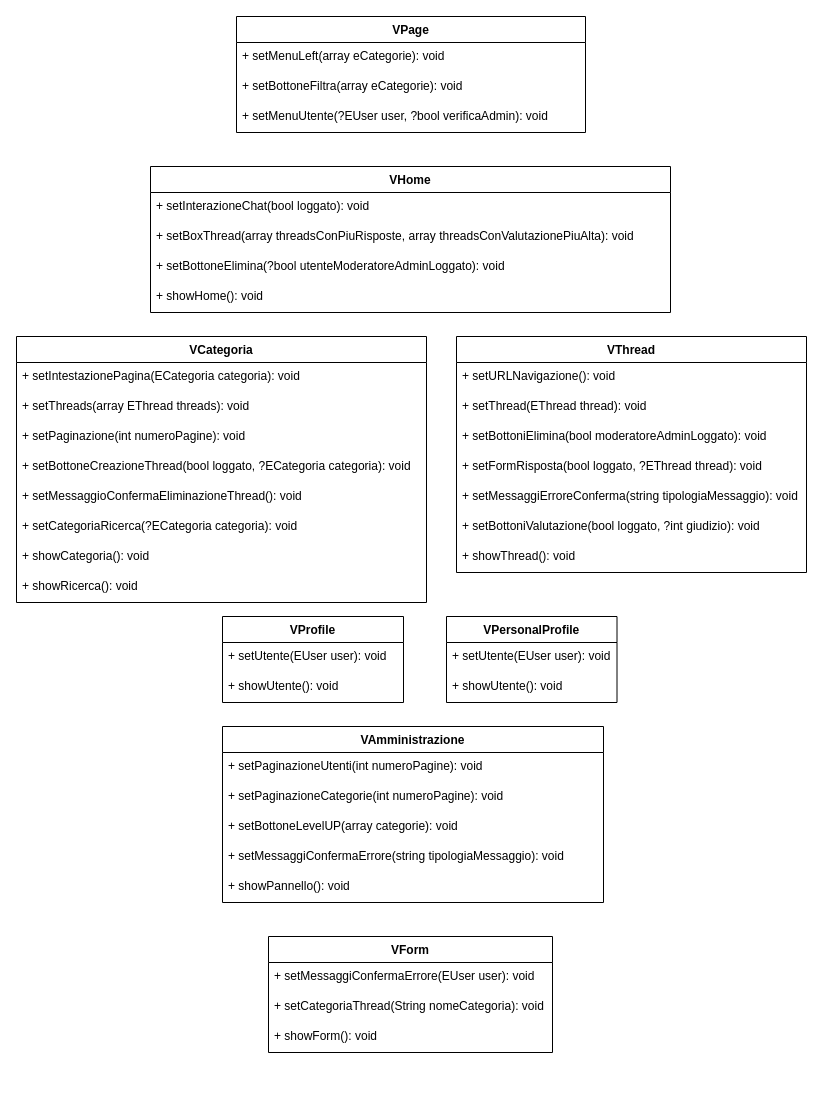
The draw.io diagram Diagrammi/UMLView.drawio in EdoPan/UniChat, before the edit. Source tidied: cells renumbered, new cells numbered last; positions are measured from the earlier drawing's top-left corner, leaving out a move shared by most shapes. Both pictures are drawn from the tidied source at 100%, with x=0, y=0 at pixel (16, 16).
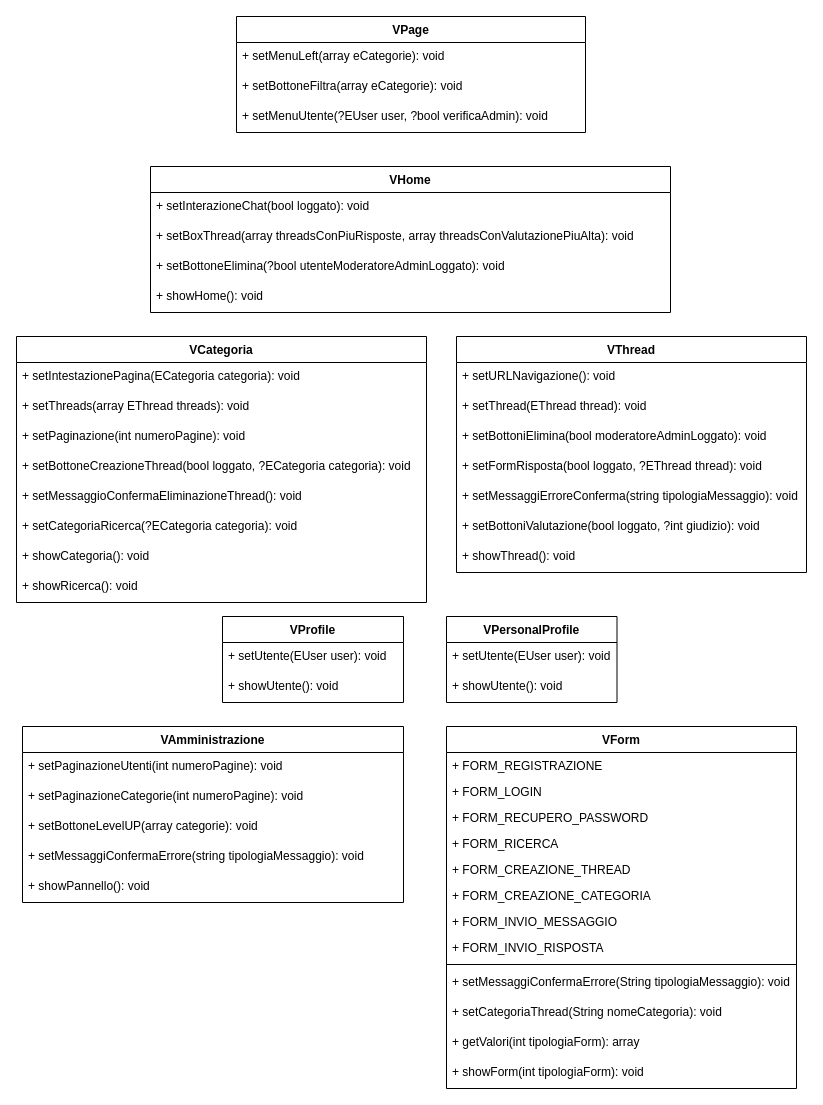
After the change.

Commit message:
UML view aggiornato

Change to the diagram source:
```diff
@@
-    <mxCell id="28" value="VForm" style="swimlane;fontStyle=1;align=center;verticalAlign=top;horizontal=1;startSize=26;" parent="1" vertex="1">
-      <mxGeometry x="252" y="920" width="284" height="116" as="geometry" />
-    </mxCell>
-    <mxCell id="29" value="+ setMessaggiConfermaErrore(EUser user): void" style="text;strokeColor=none;fillColor=none;align=left;verticalAlign=top;spacingLeft=4;spacingRight=4;overflow=hidden;" parent="28" vertex="1">
-      <mxGeometry y="26" width="284" height="30" as="geometry" />
-    </mxCell>
-    <mxCell id="30" value="+ setCategoriaThread(String nomeCategoria): void" style="text;strokeColor=none;fillColor=none;align=left;verticalAlign=top;spacingLeft=4;spacingRight=4;overflow=hidden;" parent="28" vertex="1">
-      <mxGeometry y="56" width="284" height="30" as="geometry" />
-    </mxCell>
-    <mxCell id="31" value="+ showForm(): void" style="text;strokeColor=none;fillColor=none;align=left;verticalAlign=top;spacingLeft=4;spacingRight=4;overflow=hidden;" parent="28" vertex="1">
-      <mxGeometry y="86" width="284" height="30" as="geometry" />
-    </mxCell>
     <mxCell id="32" value="VAmministrazione" style="swimlane;fontStyle=1;align=center;verticalAlign=top;horizontal=1;startSize=26;" parent="1" vertex="1">
-      <mxGeometry x="206" y="710" width="381" height="176" as="geometry" />
+      <mxGeometry x="6" y="710" width="381" height="176" as="geometry" />
     </mxCell>
@@
+    <mxCell id="28" value="VForm" style="swimlane;fontStyle=1;align=center;verticalAlign=top;horizontal=1;startSize=26;" parent="1" vertex="1">
+      <mxGeometry x="430" y="710" width="350" height="362" as="geometry" />
+    </mxCell>
+    <mxCell id="44" value="+ FORM_REGISTRAZIONE" style="text;strokeColor=none;fillColor=none;align=left;verticalAlign=top;spacingLeft=4;spacingRight=4;overflow=hidden;" parent="28" vertex="1">
+      <mxGeometry y="26" width="350" height="26" as="geometry" />
+    </mxCell>
+    <mxCell id="45" value="+ FORM_LOGIN" style="text;strokeColor=none;fillColor=none;align=left;verticalAlign=top;spacingLeft=4;spacingRight=4;overflow=hidden;" parent="28" vertex="1">
+      <mxGeometry y="52" width="350" height="26" as="geometry" />
+    </mxCell>
+    <mxCell id="46" value="+ FORM_RECUPERO_PASSWORD" style="text;strokeColor=none;fillColor=none;align=left;verticalAlign=top;spacingLeft=4;spacingRight=4;overflow=hidden;" parent="28" vertex="1">
+      <mxGeometry y="78" width="350" height="26" as="geometry" />
+    </mxCell>
+    <mxCell id="47" value="+ FORM_RICERCA" style="text;strokeColor=none;fillColor=none;align=left;verticalAlign=top;spacingLeft=4;spacingRight=4;overflow=hidden;" parent="28" vertex="1">
+      <mxGeometry y="104" width="350" height="26" as="geometry" />
+    </mxCell>
+    <mxCell id="48" value="+ FORM_CREAZIONE_THREAD" style="text;strokeColor=none;fillColor=none;align=left;verticalAlign=top;spacingLeft=4;spacingRight=4;overflow=hidden;" parent="28" vertex="1">
+      <mxGeometry y="130" width="350" height="26" as="geometry" />
+    </mxCell>
+    <mxCell id="49" value="+ FORM_CREAZIONE_CATEGORIA" style="text;strokeColor=none;fillColor=none;align=left;verticalAlign=top;spacingLeft=4;spacingRight=4;overflow=hidden;" parent="28" vertex="1">
+      <mxGeometry y="156" width="350" height="26" as="geometry" />
+    </mxCell>
+    <mxCell id="50" value="+ FORM_INVIO_MESSAGGIO" style="text;strokeColor=none;fillColor=none;align=left;verticalAlign=top;spacingLeft=4;spacingRight=4;overflow=hidden;" parent="28" vertex="1">
+      <mxGeometry y="182" width="350" height="26" as="geometry" />
+    </mxCell>
+    <mxCell id="51" value="+ FORM_INVIO_RISPOSTA" style="text;strokeColor=none;fillColor=none;align=left;verticalAlign=top;spacingLeft=4;spacingRight=4;overflow=hidden;" parent="28" vertex="1">
+      <mxGeometry y="208" width="350" height="26" as="geometry" />
+    </mxCell>
+    <mxCell id="52" style="line;strokeWidth=1;fillColor=none;align=left;verticalAlign=middle;spacingTop=-1;spacingLeft=3;spacingRight=3;labelPosition=right;" parent="28" vertex="1">
+      <mxGeometry y="234" width="350" height="8" as="geometry" />
+    </mxCell>
+    <mxCell id="29" value="+ setMessaggiConfermaErrore(String tipologiaMessaggio): void" style="text;strokeColor=none;fillColor=none;align=left;verticalAlign=top;spacingLeft=4;spacingRight=4;overflow=hidden;" parent="28" vertex="1">
+      <mxGeometry y="242" width="350" height="30" as="geometry" />
+    </mxCell>
+    <mxCell id="30" value="+ setCategoriaThread(String nomeCategoria): void" style="text;strokeColor=none;fillColor=none;align=left;verticalAlign=top;spacingLeft=4;spacingRight=4;overflow=hidden;" parent="28" vertex="1">
+      <mxGeometry y="272" width="350" height="30" as="geometry" />
+    </mxCell>
+    <mxCell id="53" value="+ getValori(int tipologiaForm): array" style="text;strokeColor=none;fillColor=none;align=left;verticalAlign=top;spacingLeft=4;spacingRight=4;overflow=hidden;" parent="28" vertex="1">
+      <mxGeometry y="302" width="350" height="30" as="geometry" />
+    </mxCell>
+    <mxCell id="31" value="+ showForm(int tipologiaForm): void" style="text;strokeColor=none;fillColor=none;align=left;verticalAlign=top;spacingLeft=4;spacingRight=4;overflow=hidden;" parent="28" vertex="1">
+      <mxGeometry y="332" width="350" height="30" as="geometry" />
+    </mxCell>
```
